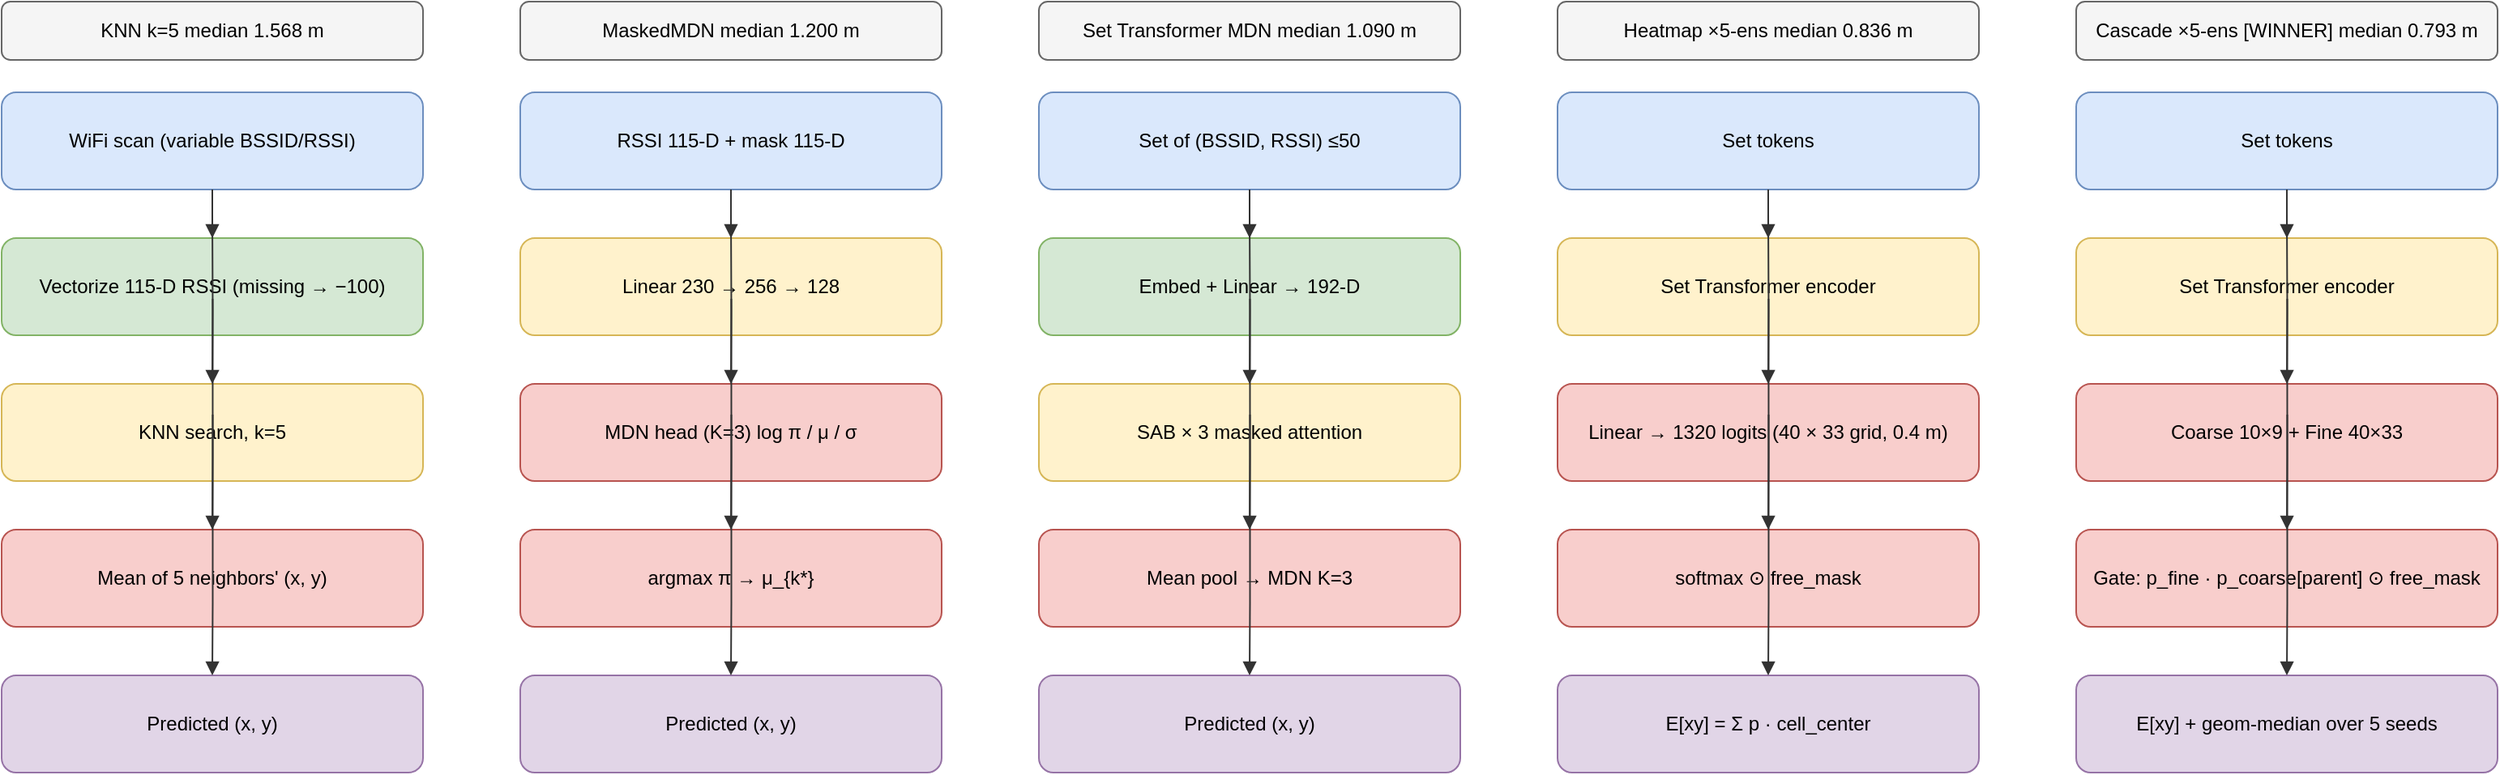
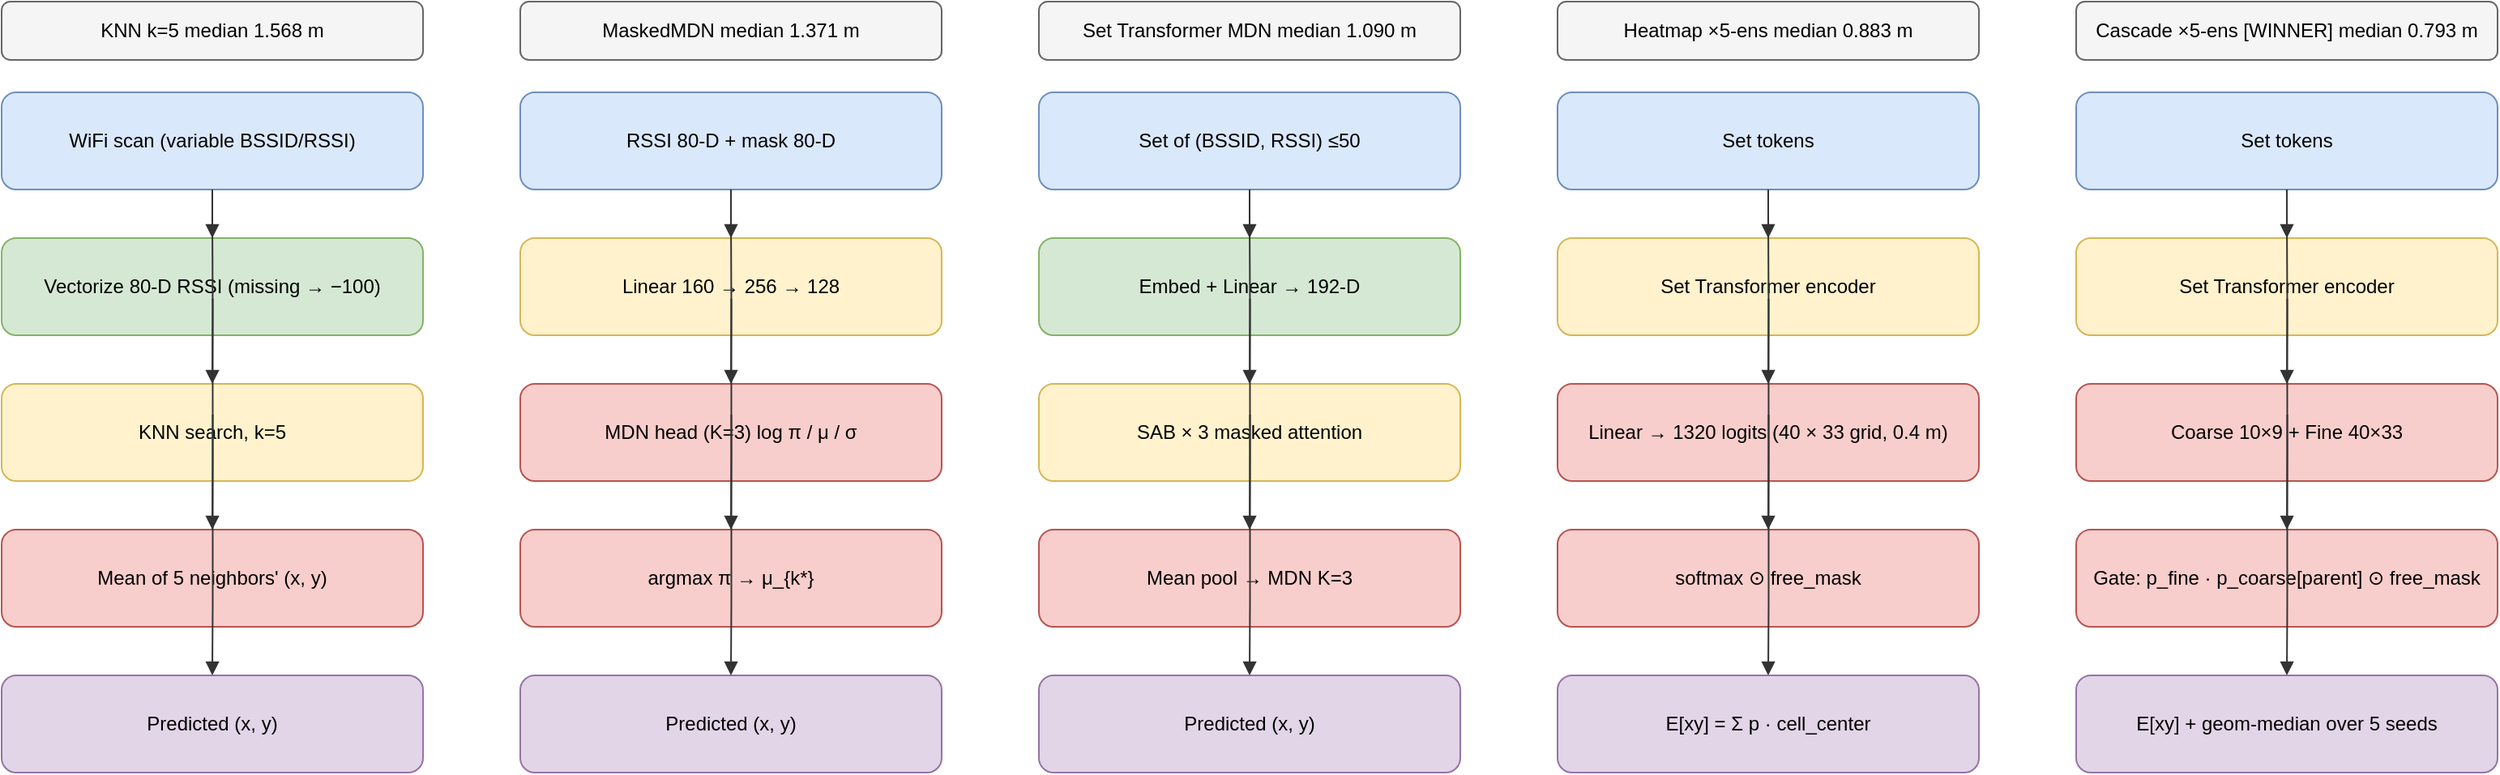
<?xml version="1.0" encoding="UTF-8"?>
<mxfile host="app.diagrams.net" agent="lab3-arch-gen" version="23.0.0">
  <diagram name="Lab 3 model ladder" id="ladder">
    <mxGraphModel dx="1422" dy="757" grid="1" gridSize="10" guides="1" tooltips="1" connect="1" arrows="1" fold="1" page="1" pageScale="1" pageWidth="1600" pageHeight="900" math="0" shadow="0">
      <root>
        <mxCell id="0"/>
        <mxCell id="1" parent="0"/>
        <mxCell id="100" value="KNN k=5
median 1.568 m" style="rounded=1;whiteSpace=wrap;html=1;fillColor=#f5f5f5;strokeColor=#666666;fontSize=12;align=center;verticalAlign=middle;" vertex="1" parent="1"><mxGeometry x="60" y="60" width="260" height="36" as="geometry"/></mxCell>
        <mxCell id="101" value="WiFi scan
(variable BSSID/RSSI)" style="rounded=1;whiteSpace=wrap;html=1;fillColor=#dae8fc;strokeColor=#6c8ebf;fontSize=12;align=center;verticalAlign=middle;" vertex="1" parent="1"><mxGeometry x="60" y="116" width="260" height="60" as="geometry"/></mxCell>
-         <mxCell id="102" value="Vectorize 115-D RSSI
+         <mxCell id="102" value="Vectorize 80-D RSSI
(missing → −100)" style="rounded=1;whiteSpace=wrap;html=1;fillColor=#d5e8d4;strokeColor=#82b366;fontSize=12;align=center;verticalAlign=middle;" vertex="1" parent="1"><mxGeometry x="60" y="206" width="260" height="60" as="geometry"/></mxCell>
        <mxCell id="103" style="endArrow=block;html=1;rounded=0;strokeColor=#333333;edgeStyle=orthogonalEdgeStyle;" edge="1" parent="1" source="101" target="102"><mxGeometry relative="1" as="geometry"/></mxCell>
        <mxCell id="104" value="KNN search, k=5" style="rounded=1;whiteSpace=wrap;html=1;fillColor=#fff2cc;strokeColor=#d6b656;fontSize=12;align=center;verticalAlign=middle;" vertex="1" parent="1"><mxGeometry x="60" y="296" width="260" height="60" as="geometry"/></mxCell>
        <mxCell id="105" style="endArrow=block;html=1;rounded=0;strokeColor=#333333;edgeStyle=orthogonalEdgeStyle;" edge="1" parent="1" source="103" target="104"><mxGeometry relative="1" as="geometry"/></mxCell>
        <mxCell id="106" value="Mean of 5 neighbors' (x, y)" style="rounded=1;whiteSpace=wrap;html=1;fillColor=#f8cecc;strokeColor=#b85450;fontSize=12;align=center;verticalAlign=middle;" vertex="1" parent="1"><mxGeometry x="60" y="386" width="260" height="60" as="geometry"/></mxCell>
        <mxCell id="107" style="endArrow=block;html=1;rounded=0;strokeColor=#333333;edgeStyle=orthogonalEdgeStyle;" edge="1" parent="1" source="105" target="106"><mxGeometry relative="1" as="geometry"/></mxCell>
        <mxCell id="108" value="Predicted (x, y)" style="rounded=1;whiteSpace=wrap;html=1;fillColor=#e1d5e7;strokeColor=#9673a6;fontSize=12;align=center;verticalAlign=middle;" vertex="1" parent="1"><mxGeometry x="60" y="476" width="260" height="60" as="geometry"/></mxCell>
        <mxCell id="109" style="endArrow=block;html=1;rounded=0;strokeColor=#333333;edgeStyle=orthogonalEdgeStyle;" edge="1" parent="1" source="107" target="108"><mxGeometry relative="1" as="geometry"/></mxCell>
        <mxCell id="110" value="MaskedMDN
- median 1.200 m" style="rounded=1;whiteSpace=wrap;html=1;fillColor=#f5f5f5;strokeColor=#666666;fontSize=12;align=center;verticalAlign=middle;" vertex="1" parent="1"><mxGeometry x="380" y="60" width="260" height="36" as="geometry"/></mxCell>
-         <mxCell id="111" value="RSSI 115-D + mask 115-D" style="rounded=1;whiteSpace=wrap;html=1;fillColor=#dae8fc;strokeColor=#6c8ebf;fontSize=12;align=center;verticalAlign=middle;" vertex="1" parent="1"><mxGeometry x="380" y="116" width="260" height="60" as="geometry"/></mxCell>
-         <mxCell id="112" value="Linear 230 → 256 → 128" style="rounded=1;whiteSpace=wrap;html=1;fillColor=#fff2cc;strokeColor=#d6b656;fontSize=12;align=center;verticalAlign=middle;" vertex="1" parent="1"><mxGeometry x="380" y="206" width="260" height="60" as="geometry"/></mxCell>
+ median 1.371 m" style="rounded=1;whiteSpace=wrap;html=1;fillColor=#f5f5f5;strokeColor=#666666;fontSize=12;align=center;verticalAlign=middle;" vertex="1" parent="1"><mxGeometry x="380" y="60" width="260" height="36" as="geometry"/></mxCell>
+         <mxCell id="111" value="RSSI 80-D + mask 80-D" style="rounded=1;whiteSpace=wrap;html=1;fillColor=#dae8fc;strokeColor=#6c8ebf;fontSize=12;align=center;verticalAlign=middle;" vertex="1" parent="1"><mxGeometry x="380" y="116" width="260" height="60" as="geometry"/></mxCell>
+         <mxCell id="112" value="Linear 160 → 256 → 128" style="rounded=1;whiteSpace=wrap;html=1;fillColor=#fff2cc;strokeColor=#d6b656;fontSize=12;align=center;verticalAlign=middle;" vertex="1" parent="1"><mxGeometry x="380" y="206" width="260" height="60" as="geometry"/></mxCell>
        <mxCell id="113" style="endArrow=block;html=1;rounded=0;strokeColor=#333333;edgeStyle=orthogonalEdgeStyle;" edge="1" parent="1" source="111" target="112"><mxGeometry relative="1" as="geometry"/></mxCell>
        <mxCell id="114" value="MDN head (K=3)
log π / μ / σ" style="rounded=1;whiteSpace=wrap;html=1;fillColor=#f8cecc;strokeColor=#b85450;fontSize=12;align=center;verticalAlign=middle;" vertex="1" parent="1"><mxGeometry x="380" y="296" width="260" height="60" as="geometry"/></mxCell>
        <mxCell id="115" style="endArrow=block;html=1;rounded=0;strokeColor=#333333;edgeStyle=orthogonalEdgeStyle;" edge="1" parent="1" source="113" target="114"><mxGeometry relative="1" as="geometry"/></mxCell>
        <mxCell id="116" value="argmax π → μ_{k*}" style="rounded=1;whiteSpace=wrap;html=1;fillColor=#f8cecc;strokeColor=#b85450;fontSize=12;align=center;verticalAlign=middle;" vertex="1" parent="1"><mxGeometry x="380" y="386" width="260" height="60" as="geometry"/></mxCell>
        <mxCell id="117" style="endArrow=block;html=1;rounded=0;strokeColor=#333333;edgeStyle=orthogonalEdgeStyle;" edge="1" parent="1" source="115" target="116"><mxGeometry relative="1" as="geometry"/></mxCell>
        <mxCell id="118" value="Predicted (x, y)" style="rounded=1;whiteSpace=wrap;html=1;fillColor=#e1d5e7;strokeColor=#9673a6;fontSize=12;align=center;verticalAlign=middle;" vertex="1" parent="1"><mxGeometry x="380" y="476" width="260" height="60" as="geometry"/></mxCell>
        <mxCell id="119" style="endArrow=block;html=1;rounded=0;strokeColor=#333333;edgeStyle=orthogonalEdgeStyle;" edge="1" parent="1" source="117" target="118"><mxGeometry relative="1" as="geometry"/></mxCell>
        <mxCell id="120" value="Set Transformer MDN
median 1.090 m" style="rounded=1;whiteSpace=wrap;html=1;fillColor=#f5f5f5;strokeColor=#666666;fontSize=12;align=center;verticalAlign=middle;" vertex="1" parent="1"><mxGeometry x="700" y="60" width="260" height="36" as="geometry"/></mxCell>
        <mxCell id="121" value="Set of (BSSID, RSSI) ≤50" style="rounded=1;whiteSpace=wrap;html=1;fillColor=#dae8fc;strokeColor=#6c8ebf;fontSize=12;align=center;verticalAlign=middle;" vertex="1" parent="1"><mxGeometry x="700" y="116" width="260" height="60" as="geometry"/></mxCell>
        <mxCell id="122" value="Embed + Linear → 192-D" style="rounded=1;whiteSpace=wrap;html=1;fillColor=#d5e8d4;strokeColor=#82b366;fontSize=12;align=center;verticalAlign=middle;" vertex="1" parent="1"><mxGeometry x="700" y="206" width="260" height="60" as="geometry"/></mxCell>
        <mxCell id="123" style="endArrow=block;html=1;rounded=0;strokeColor=#333333;edgeStyle=orthogonalEdgeStyle;" edge="1" parent="1" source="121" target="122"><mxGeometry relative="1" as="geometry"/></mxCell>
        <mxCell id="124" value="SAB × 3
masked attention" style="rounded=1;whiteSpace=wrap;html=1;fillColor=#fff2cc;strokeColor=#d6b656;fontSize=12;align=center;verticalAlign=middle;" vertex="1" parent="1"><mxGeometry x="700" y="296" width="260" height="60" as="geometry"/></mxCell>
        <mxCell id="125" style="endArrow=block;html=1;rounded=0;strokeColor=#333333;edgeStyle=orthogonalEdgeStyle;" edge="1" parent="1" source="123" target="124"><mxGeometry relative="1" as="geometry"/></mxCell>
        <mxCell id="126" value="Mean pool → MDN K=3" style="rounded=1;whiteSpace=wrap;html=1;fillColor=#f8cecc;strokeColor=#b85450;fontSize=12;align=center;verticalAlign=middle;" vertex="1" parent="1"><mxGeometry x="700" y="386" width="260" height="60" as="geometry"/></mxCell>
        <mxCell id="127" style="endArrow=block;html=1;rounded=0;strokeColor=#333333;edgeStyle=orthogonalEdgeStyle;" edge="1" parent="1" source="125" target="126"><mxGeometry relative="1" as="geometry"/></mxCell>
        <mxCell id="128" value="Predicted (x, y)" style="rounded=1;whiteSpace=wrap;html=1;fillColor=#e1d5e7;strokeColor=#9673a6;fontSize=12;align=center;verticalAlign=middle;" vertex="1" parent="1"><mxGeometry x="700" y="476" width="260" height="60" as="geometry"/></mxCell>
        <mxCell id="129" style="endArrow=block;html=1;rounded=0;strokeColor=#333333;edgeStyle=orthogonalEdgeStyle;" edge="1" parent="1" source="127" target="128"><mxGeometry relative="1" as="geometry"/></mxCell>
        <mxCell id="130" value="Heatmap ×5-ens
- median 0.836 m" style="rounded=1;whiteSpace=wrap;html=1;fillColor=#f5f5f5;strokeColor=#666666;fontSize=12;align=center;verticalAlign=middle;" vertex="1" parent="1"><mxGeometry x="1020" y="60" width="260" height="36" as="geometry"/></mxCell>
+ median 0.883 m" style="rounded=1;whiteSpace=wrap;html=1;fillColor=#f5f5f5;strokeColor=#666666;fontSize=12;align=center;verticalAlign=middle;" vertex="1" parent="1"><mxGeometry x="1020" y="60" width="260" height="36" as="geometry"/></mxCell>
        <mxCell id="131" value="Set tokens" style="rounded=1;whiteSpace=wrap;html=1;fillColor=#dae8fc;strokeColor=#6c8ebf;fontSize=12;align=center;verticalAlign=middle;" vertex="1" parent="1"><mxGeometry x="1020" y="116" width="260" height="60" as="geometry"/></mxCell>
        <mxCell id="132" value="Set Transformer encoder" style="rounded=1;whiteSpace=wrap;html=1;fillColor=#fff2cc;strokeColor=#d6b656;fontSize=12;align=center;verticalAlign=middle;" vertex="1" parent="1"><mxGeometry x="1020" y="206" width="260" height="60" as="geometry"/></mxCell>
        <mxCell id="133" style="endArrow=block;html=1;rounded=0;strokeColor=#333333;edgeStyle=orthogonalEdgeStyle;" edge="1" parent="1" source="131" target="132"><mxGeometry relative="1" as="geometry"/></mxCell>
        <mxCell id="134" value="Linear → 1320 logits
(40 × 33 grid, 0.4 m)" style="rounded=1;whiteSpace=wrap;html=1;fillColor=#f8cecc;strokeColor=#b85450;fontSize=12;align=center;verticalAlign=middle;" vertex="1" parent="1"><mxGeometry x="1020" y="296" width="260" height="60" as="geometry"/></mxCell>
        <mxCell id="135" style="endArrow=block;html=1;rounded=0;strokeColor=#333333;edgeStyle=orthogonalEdgeStyle;" edge="1" parent="1" source="133" target="134"><mxGeometry relative="1" as="geometry"/></mxCell>
        <mxCell id="136" value="softmax ⊙ free_mask" style="rounded=1;whiteSpace=wrap;html=1;fillColor=#f8cecc;strokeColor=#b85450;fontSize=12;align=center;verticalAlign=middle;" vertex="1" parent="1"><mxGeometry x="1020" y="386" width="260" height="60" as="geometry"/></mxCell>
        <mxCell id="137" style="endArrow=block;html=1;rounded=0;strokeColor=#333333;edgeStyle=orthogonalEdgeStyle;" edge="1" parent="1" source="135" target="136"><mxGeometry relative="1" as="geometry"/></mxCell>
        <mxCell id="138" value="E[xy] = Σ p · cell_center" style="rounded=1;whiteSpace=wrap;html=1;fillColor=#e1d5e7;strokeColor=#9673a6;fontSize=12;align=center;verticalAlign=middle;" vertex="1" parent="1"><mxGeometry x="1020" y="476" width="260" height="60" as="geometry"/></mxCell>
        <mxCell id="139" style="endArrow=block;html=1;rounded=0;strokeColor=#333333;edgeStyle=orthogonalEdgeStyle;" edge="1" parent="1" source="137" target="138"><mxGeometry relative="1" as="geometry"/></mxCell>
        <mxCell id="140" value="Cascade ×5-ens  [WINNER]
median 0.793 m" style="rounded=1;whiteSpace=wrap;html=1;fillColor=#f5f5f5;strokeColor=#666666;fontSize=12;align=center;verticalAlign=middle;" vertex="1" parent="1"><mxGeometry x="1340" y="60" width="260" height="36" as="geometry"/></mxCell>
        <mxCell id="141" value="Set tokens" style="rounded=1;whiteSpace=wrap;html=1;fillColor=#dae8fc;strokeColor=#6c8ebf;fontSize=12;align=center;verticalAlign=middle;" vertex="1" parent="1"><mxGeometry x="1340" y="116" width="260" height="60" as="geometry"/></mxCell>
        <mxCell id="142" value="Set Transformer encoder" style="rounded=1;whiteSpace=wrap;html=1;fillColor=#fff2cc;strokeColor=#d6b656;fontSize=12;align=center;verticalAlign=middle;" vertex="1" parent="1"><mxGeometry x="1340" y="206" width="260" height="60" as="geometry"/></mxCell>
        <mxCell id="143" style="endArrow=block;html=1;rounded=0;strokeColor=#333333;edgeStyle=orthogonalEdgeStyle;" edge="1" parent="1" source="141" target="142"><mxGeometry relative="1" as="geometry"/></mxCell>
        <mxCell id="144" value="Coarse 10×9  +  Fine 40×33" style="rounded=1;whiteSpace=wrap;html=1;fillColor=#f8cecc;strokeColor=#b85450;fontSize=12;align=center;verticalAlign=middle;" vertex="1" parent="1"><mxGeometry x="1340" y="296" width="260" height="60" as="geometry"/></mxCell>
        <mxCell id="145" style="endArrow=block;html=1;rounded=0;strokeColor=#333333;edgeStyle=orthogonalEdgeStyle;" edge="1" parent="1" source="143" target="144"><mxGeometry relative="1" as="geometry"/></mxCell>
        <mxCell id="146" value="Gate: p_fine · p_coarse[parent]
⊙ free_mask" style="rounded=1;whiteSpace=wrap;html=1;fillColor=#f8cecc;strokeColor=#b85450;fontSize=12;align=center;verticalAlign=middle;" vertex="1" parent="1"><mxGeometry x="1340" y="386" width="260" height="60" as="geometry"/></mxCell>
        <mxCell id="147" style="endArrow=block;html=1;rounded=0;strokeColor=#333333;edgeStyle=orthogonalEdgeStyle;" edge="1" parent="1" source="145" target="146"><mxGeometry relative="1" as="geometry"/></mxCell>
        <mxCell id="148" value="E[xy] + geom-median over 5 seeds" style="rounded=1;whiteSpace=wrap;html=1;fillColor=#e1d5e7;strokeColor=#9673a6;fontSize=12;align=center;verticalAlign=middle;" vertex="1" parent="1"><mxGeometry x="1340" y="476" width="260" height="60" as="geometry"/></mxCell>
        <mxCell id="149" style="endArrow=block;html=1;rounded=0;strokeColor=#333333;edgeStyle=orthogonalEdgeStyle;" edge="1" parent="1" source="147" target="148"><mxGeometry relative="1" as="geometry"/></mxCell>
      </root>
    </mxGraphModel>
  </diagram>
</mxfile>
